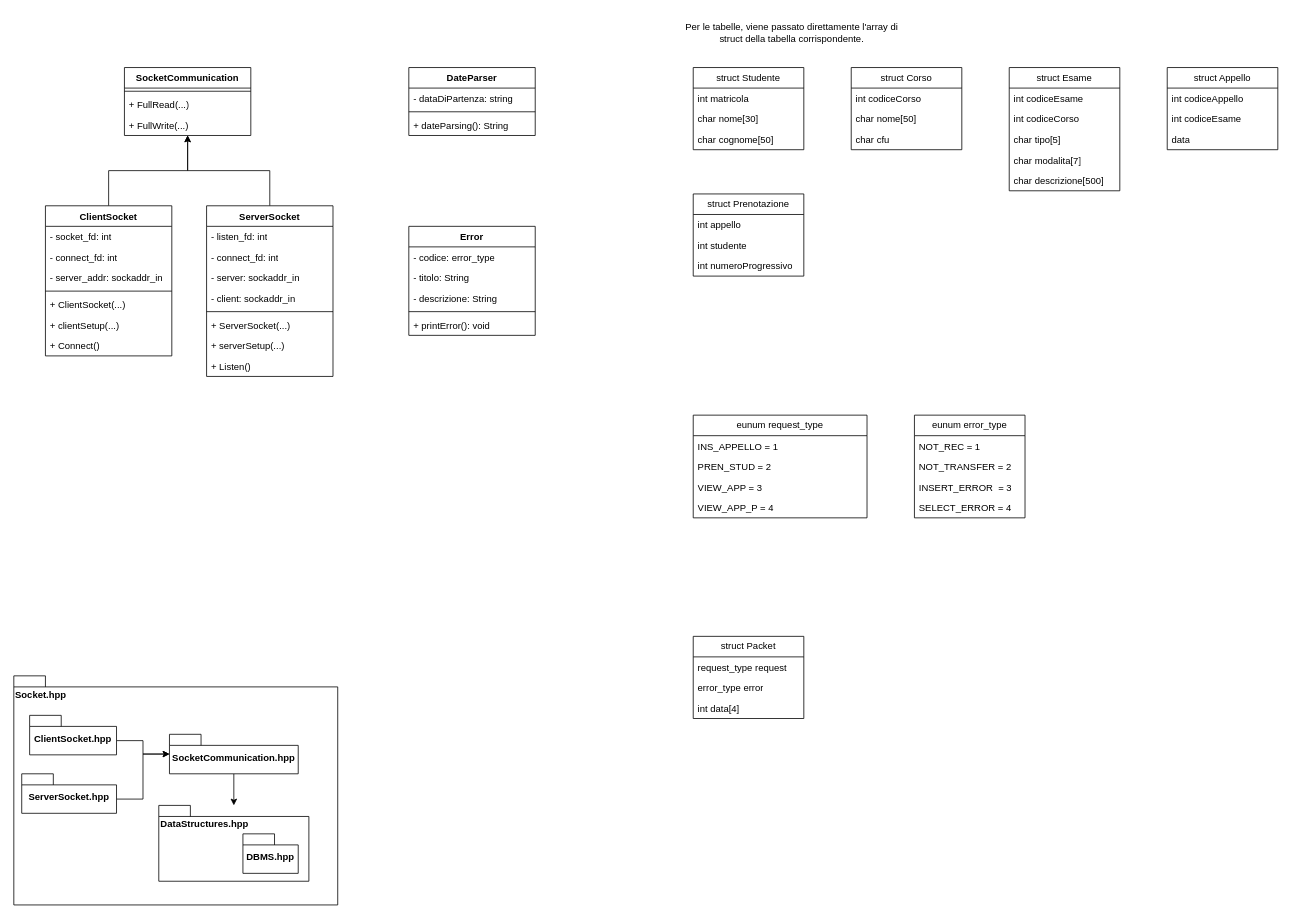
Earlier version of the draw.io diagram documentazione/Classi_Librerie.drawio (NicolaPonticelli001/reti_di_calcolatori_gestionale_uni). Source tidied: cells renumbered, new cells numbered last; positions are measured from the earlier drawing's top-left corner, leaving out a move shared by most shapes. Both pictures are drawn from the tidied source at 79%, with x=0, y=0 at pixel (13, 13).
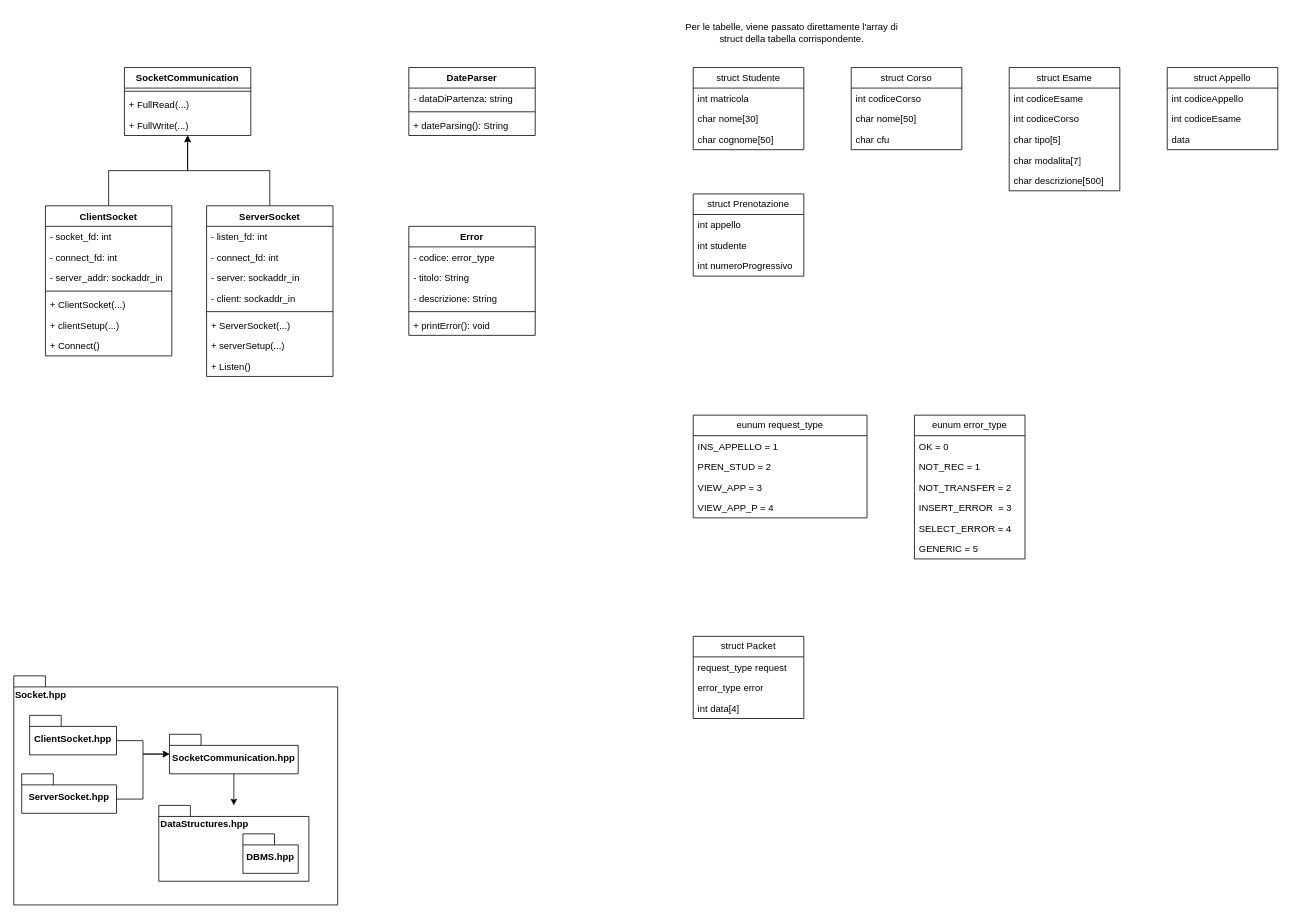
Above is the later version.

What changed in the source:
```diff
@@
     <mxCell id="38" value="eunum error_type" style="swimlane;fontStyle=0;horizontal=1;startSize=26;fillColor=none;whiteSpace=wrap;html=1;" parent="1" vertex="1">
-      <mxGeometry x="1140" y="508" width="140" height="130" as="geometry" />
+      <mxGeometry x="1140" y="508" width="140" height="182" as="geometry" />
     </mxCell>
+    <mxCell id="81" value="OK = 0" style="text;strokeColor=none;fillColor=none;align=left;verticalAlign=top;spacingLeft=4;spacingRight=4;overflow=hidden;whiteSpace=wrap;html=1;" parent="38" vertex="1">
+      <mxGeometry y="26" width="140" height="26" as="geometry" />
+    </mxCell>
     <mxCell id="39" value="NOT_REC = 1" style="text;strokeColor=none;fillColor=none;align=left;verticalAlign=top;spacingLeft=4;spacingRight=4;overflow=hidden;whiteSpace=wrap;html=1;" parent="38" vertex="1">
-      <mxGeometry y="26" width="140" height="26" as="geometry" />
+      <mxGeometry y="52" width="140" height="26" as="geometry" />
     </mxCell>
     <mxCell id="40" value="NOT_TRANSFER = 2" style="text;strokeColor=none;fillColor=none;align=left;verticalAlign=top;spacingLeft=4;spacingRight=4;overflow=hidden;whiteSpace=wrap;html=1;" parent="38" vertex="1">
-      <mxGeometry y="52" width="140" height="26" as="geometry" />
+      <mxGeometry y="78" width="140" height="26" as="geometry" />
     </mxCell>
     <mxCell id="41" value="INSERT_ERROR&amp;nbsp; = 3" style="text;strokeColor=none;fillColor=none;align=left;verticalAlign=top;spacingLeft=4;spacingRight=4;overflow=hidden;whiteSpace=wrap;html=1;" parent="38" vertex="1">
-      <mxGeometry y="78" width="140" height="26" as="geometry" />
+      <mxGeometry y="104" width="140" height="26" as="geometry" />
     </mxCell>
     <mxCell id="42" value="SELECT_ERROR = 4" style="text;strokeColor=none;fillColor=none;align=left;verticalAlign=top;spacingLeft=4;spacingRight=4;overflow=hidden;whiteSpace=wrap;html=1;" parent="38" vertex="1">
-      <mxGeometry y="104" width="140" height="26" as="geometry" />
+      <mxGeometry y="130" width="140" height="26" as="geometry" />
     </mxCell>
+    <mxCell id="82" value="GENERIC = 5" style="text;strokeColor=none;fillColor=none;align=left;verticalAlign=top;spacingLeft=4;spacingRight=4;overflow=hidden;whiteSpace=wrap;html=1;" parent="38" vertex="1">
+      <mxGeometry y="156" width="140" height="26" as="geometry" />
+    </mxCell>
```
